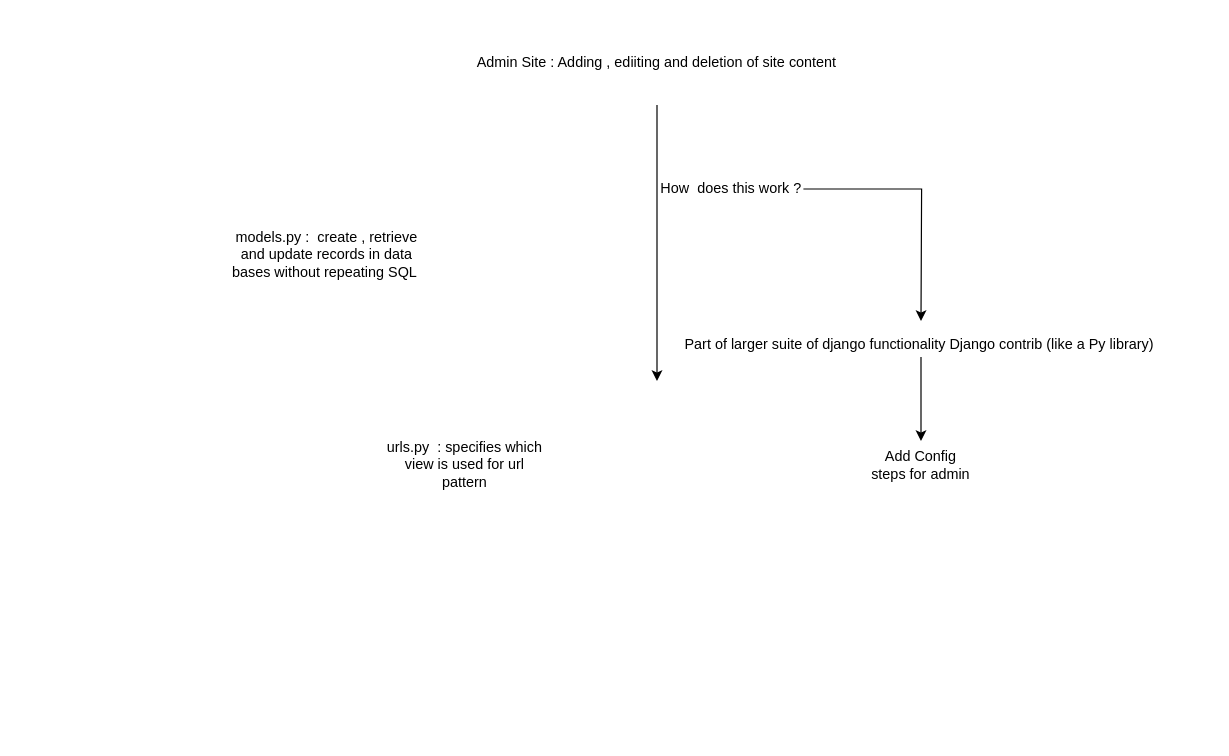
Earlier version of the draw.io diagram Untitled Diagram.drawio (rbnphlp/Codeinstitue_templated_tutorials). Source tidied: cells renumbered, new cells numbered last; positions are measured from the earlier drawing's top-left corner, leaving out a move shared by most shapes. Both pictures are drawn from the tidied source at 120%, with x=0, y=0 at pixel (224, 20).
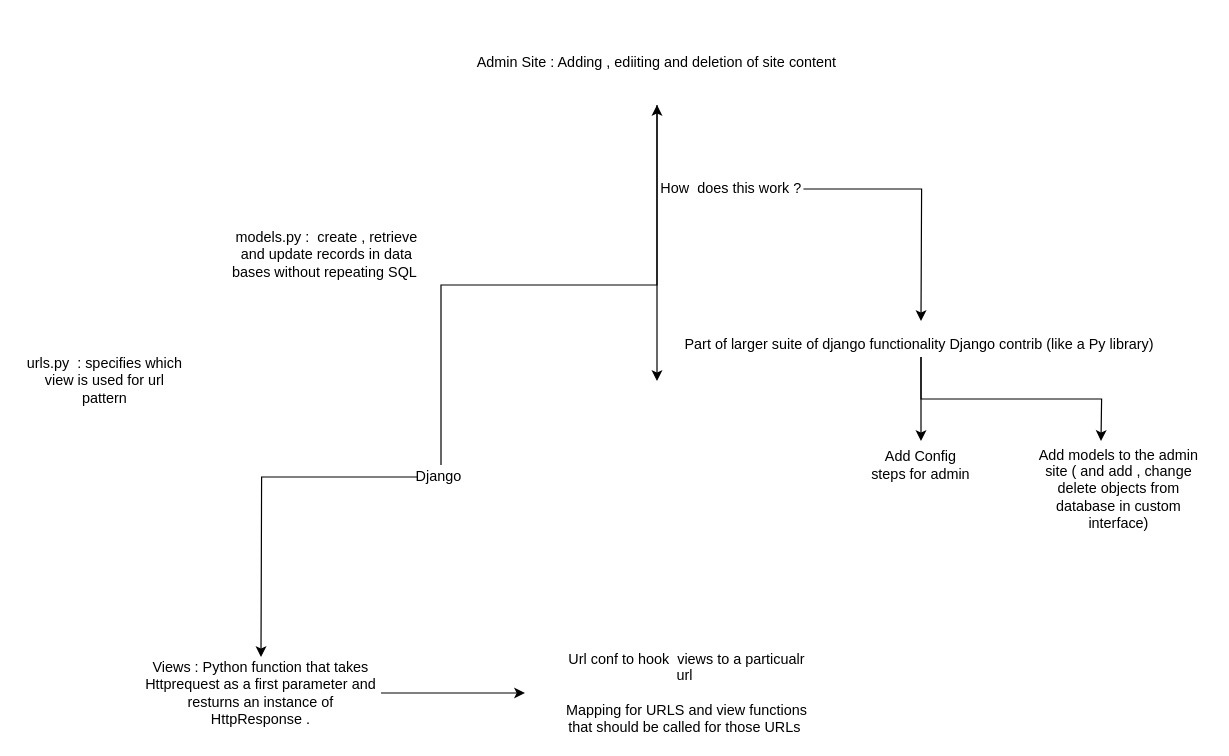
Above is the later version.

Unchanged cells that the change refers to:
```xml
<mxCell id="5" value="Admin Site : Adding , ediiting and deletion of site content" style="text;html=1;strokeColor=none;fillColor=none;align=center;verticalAlign=middle;whiteSpace=wrap;rounded=0;" parent="1" vertex="1">
  <mxGeometry x="170" width="380" height="70" as="geometry" />
</mxCell>
<mxCell id="9" value="Part of larger suite of django functionality Django contrib (like a Py library)&amp;nbsp;" style="text;html=1;align=center;verticalAlign=middle;points=[];" parent="1" vertex="1">
  <mxGeometry x="375" y="260" width="410" height="20" as="geometry" />
</mxCell>
```

What changed in the source:
```diff
@@
     <mxCell id="2" value="urls.py&amp;nbsp; : specifies which view is used for url pattern" style="text;html=1;strokeColor=none;fillColor=none;align=center;verticalAlign=middle;whiteSpace=wrap;rounded=0;" parent="1" vertex="1">
-      <mxGeometry x="130" y="360" width="140" height="20" as="geometry" />
+      <mxGeometry x="-170" y="290" width="140" height="20" as="geometry" />
     </mxCell>
@@
+    <mxCell id="12" style="edgeStyle=orthogonalEdgeStyle;rounded=0;jettySize=auto;html=1;" parent="1" edge="1" source="9">
+      <mxGeometry relative="1" as="geometry">
+        <mxPoint x="730" y="350" as="targetPoint" />
+      </mxGeometry>
+    </mxCell>
@@
+    <mxCell id="13" value="Add models to the admin site ( and add , change delete objects from database in custom interface)" style="text;html=1;strokeColor=none;fillColor=none;align=center;verticalAlign=middle;whiteSpace=wrap;rounded=0;" parent="1" vertex="1">
+      <mxGeometry x="670" y="380" width="150" height="20" as="geometry" />
+    </mxCell>
+    <mxCell id="14" style="edgeStyle=orthogonalEdgeStyle;rounded=0;jettySize=auto;html=1;" parent="1" edge="1" source="16">
+      <mxGeometry relative="1" as="geometry">
+        <mxPoint x="30" y="530" as="targetPoint" />
+      </mxGeometry>
+    </mxCell>
+    <mxCell id="15" style="edgeStyle=orthogonalEdgeStyle;rounded=0;jettySize=auto;html=1;" parent="1" edge="1" source="16" target="5">
+      <mxGeometry relative="1" as="geometry" />
+    </mxCell>
+    <mxCell id="16" value="Django&amp;nbsp;" style="text;html=1;strokeColor=none;fillColor=none;align=center;verticalAlign=middle;whiteSpace=wrap;rounded=0;" parent="1" vertex="1">
+      <mxGeometry x="160" y="370" width="40" height="20" as="geometry" />
+    </mxCell>
+    <mxCell id="17" style="edgeStyle=orthogonalEdgeStyle;rounded=0;jettySize=auto;html=1;" parent="1" edge="1" source="18">
+      <mxGeometry relative="1" as="geometry">
+        <mxPoint x="250" y="560" as="targetPoint" />
+      </mxGeometry>
+    </mxCell>
+    <mxCell id="18" value="Views : Python function that takes Httprequest as a first parameter and resturns an instance of HttpResponse ." style="text;html=1;strokeColor=none;fillColor=none;align=center;verticalAlign=middle;whiteSpace=wrap;rounded=0;" parent="1" vertex="1">
+      <mxGeometry x="-70" y="550" width="200" height="20" as="geometry" />
+    </mxCell>
+    <mxCell id="19" value="Url conf to hook&amp;nbsp; views to a particualr url&amp;nbsp;&lt;br&gt;&lt;br&gt;Mapping for URLS and view functions that should be called for those URLs&amp;nbsp;" style="text;html=1;strokeColor=none;fillColor=none;align=center;verticalAlign=middle;whiteSpace=wrap;rounded=0;" parent="1" vertex="1">
+      <mxGeometry x="280" y="550" width="210" height="20" as="geometry" />
+    </mxCell>
```
